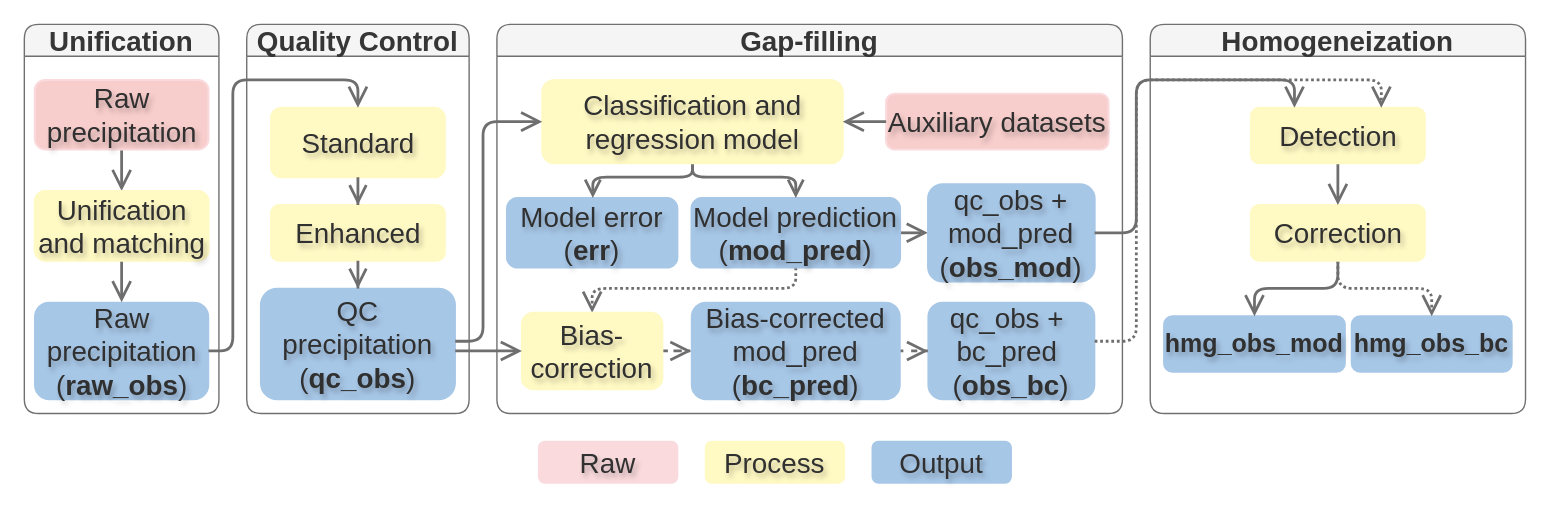
This is obs-prec-sa.drawio from adrHuerta/diagrams, a draw.io file, before an edit. Source tidied: cells renumbered, new cells numbered last; positions are measured from the earlier drawing's top-left corner, leaving out a move shared by most shapes. Both pictures are drawn from the tidied source at 139%, with x=0, y=0 at pixel (24, 24).
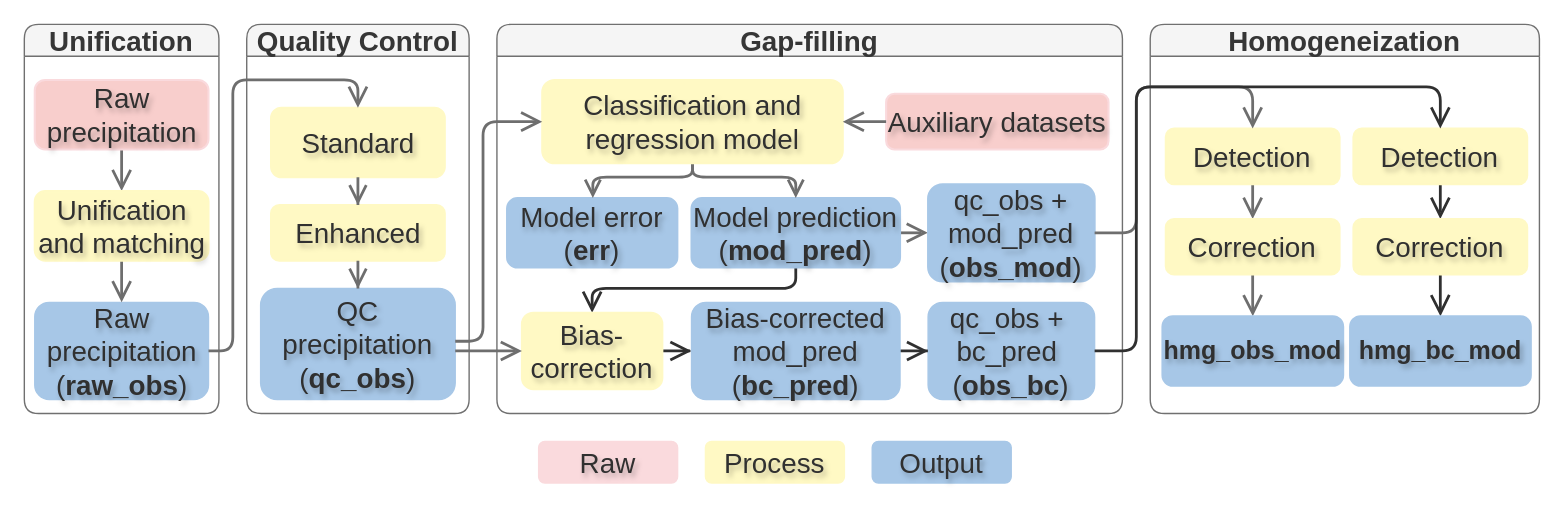
Above is the later version.

Unchanged cells that the change refers to:
```xml
<mxCell id="2" value="&lt;font style=&quot;font-size: 20px;&quot;&gt;Gap-filling&lt;/font&gt;" style="swimlane;whiteSpace=wrap;html=1;labelBackgroundColor=none;rounded=1;fillColor=#f5f5f5;strokeColor=#707070;fontColor=#363636;fontSize=20;verticalAlign=middle;align=center;labelBorderColor=none;textShadow=0;" parent="1" vertex="1">
  <mxGeometry x="340" width="450" height="280" as="geometry" />
</mxCell>
<mxCell id="3" value="&lt;span style=&quot;font-size: 20px;&quot;&gt;qc_obs +&amp;nbsp;&lt;br style=&quot;font-size: 20px;&quot;&gt;&lt;/span&gt;&lt;span style=&quot;font-size: 20px;&quot;&gt;bc_pred&amp;nbsp;&lt;/span&gt;&lt;div style=&quot;font-size: 20px;&quot;&gt;&lt;span style=&quot;font-size: 20px;&quot;&gt;&lt;span style=&quot;font-size: 20px;&quot;&gt;(&lt;b style=&quot;font-size: 20px;&quot;&gt;obs_bc&lt;/b&gt;)&lt;/span&gt;&lt;/span&gt;&lt;/div&gt;" style="rounded=1;html=1;labelBackgroundColor=none;fillColor=#A7C7E7;strokeColor=#A7C7E7;fontSize=20;fontColor=#303030;textShadow=1;labelBorderColor=none;verticalAlign=middle;align=center;whiteSpace=wrap;" parent="2" vertex="1">
  <mxGeometry x="310.2" y="200" width="119.8" height="70" as="geometry" />
</mxCell>
<mxCell id="6" value="&lt;span style=&quot;font-size: 20px;&quot;&gt;Model prediction&lt;/span&gt;&lt;div style=&quot;font-size: 20px;&quot;&gt;&lt;span style=&quot;font-size: 20px;&quot;&gt;&lt;span style=&quot;font-size: 20px;&quot;&gt;(&lt;b style=&quot;font-size: 20px;&quot;&gt;mod_pred&lt;/b&gt;)&lt;/span&gt;&lt;/span&gt;&lt;/div&gt;" style="rounded=1;html=1;labelBackgroundColor=none;fillColor=#A7C7E7;strokeColor=#A7C7E7;fontSize=20;fontColor=#303030;textShadow=1;labelBorderColor=none;strokeWidth=1.5;verticalAlign=middle;align=center;whiteSpace=wrap;" parent="2" vertex="1">
  <mxGeometry x="140" y="125" width="150" height="50" as="geometry" />
</mxCell>
<mxCell id="12" value="&lt;span style=&quot;font-size: 20px;&quot;&gt;qc_obs + mod_pred&lt;/span&gt;&lt;div style=&quot;font-size: 20px;&quot;&gt;&lt;span style=&quot;font-size: 20px;&quot;&gt;(&lt;b style=&quot;font-size: 20px;&quot;&gt;obs_mod&lt;/b&gt;)&lt;/span&gt;&lt;/div&gt;" style="rounded=1;html=1;labelBackgroundColor=none;fillColor=#A7C7E7;strokeColor=#A7C7E7;fontSize=20;fontColor=#303030;textShadow=1;labelBorderColor=none;strokeWidth=1.5;verticalAlign=middle;align=center;whiteSpace=wrap;" parent="2" vertex="1">
  <mxGeometry x="310.2" y="115" width="119.8" height="70" as="geometry" />
</mxCell>
<mxCell id="15" value="&lt;font style=&quot;font-size: 20px;&quot;&gt;Bias-&lt;/font&gt;&lt;span style=&quot;font-size: 20px;&quot;&gt;correction&lt;/span&gt;" style="rounded=1;html=1;labelBackgroundColor=none;fillColor=#FFF9C4;strokeColor=#FFF9C4;fontSize=20;fontColor=#303030;textShadow=1;labelBorderColor=none;strokeWidth=1.5;verticalAlign=middle;align=center;whiteSpace=wrap;" parent="2" vertex="1">
  <mxGeometry x="18" y="207.5" width="101" height="55" as="geometry" />
</mxCell>
<mxCell id="17" value="&lt;font style=&quot;font-size: 20px;&quot;&gt;Bias-corrected mod_pred&lt;/font&gt;&lt;font style=&quot;font-size: 20px;&quot;&gt; (&lt;b style=&quot;font-size: 20px;&quot;&gt;bc_pred&lt;/b&gt;)&lt;/font&gt;" style="rounded=1;html=1;labelBackgroundColor=none;fillColor=#A7C7E7;strokeColor=#A7C7E7;fontSize=20;fontColor=#303030;textShadow=1;labelBorderColor=none;verticalAlign=middle;align=center;whiteSpace=wrap;" parent="2" vertex="1">
  <mxGeometry x="140" y="200" width="150" height="70" as="geometry" />
</mxCell>
<mxCell id="33" value="&lt;span style=&quot;font-size: 20px;&quot;&gt;QC precipitation (&lt;b style=&quot;font-size: 20px;&quot;&gt;qc_obs&lt;/b&gt;)&lt;/span&gt;" style="rounded=1;html=1;labelBackgroundColor=none;fillColor=#A7C7E7;strokeColor=#A7C7E7;fontSize=20;fontColor=#303030;textShadow=1;labelBorderColor=none;verticalAlign=middle;align=center;whiteSpace=wrap;" parent="32" vertex="1">
  <mxGeometry x="10" y="190" width="140" height="80" as="geometry" />
</mxCell>
```

Change to the diagram source:
```diff
@@
-    <mxCell id="4" style="edgeStyle=orthogonalEdgeStyle;rounded=1;jettySize=auto;html=1;entryX=0.5;entryY=0;entryDx=0;entryDy=0;endArrow=open;endFill=0;endSize=11;strokeColor=#6E6E6E;dashed=1;dashPattern=1 1;curved=0;fontSize=20;strokeWidth=2;fontColor=#303030;verticalAlign=middle;align=center;labelBackgroundColor=none;labelBorderColor=none;textShadow=1;" parent="2" edge="1" source="6" target="15">
+    <mxCell id="4" style="edgeStyle=orthogonalEdgeStyle;rounded=1;jettySize=auto;html=1;entryX=0.5;entryY=0;entryDx=0;entryDy=0;endArrow=open;endFill=0;endSize=11;strokeColor=#303030;curved=0;fontSize=20;strokeWidth=2;fontColor=#303030;verticalAlign=middle;align=center;labelBackgroundColor=none;labelBorderColor=none;textShadow=1;" parent="2" edge="1" source="6" target="15">
       <mxGeometry relative="1" as="geometry">
         <Array as="points">
           <mxPoint x="215" y="190" />
           <mxPoint x="69" y="190" />
         </Array>
       </mxGeometry>
     </mxCell>
@@
-    <mxCell id="14" style="edgeStyle=orthogonalEdgeStyle;rounded=0;jettySize=auto;html=1;entryX=0;entryY=0.5;entryDx=0;entryDy=0;strokeColor=#6E6E6E;endArrow=open;endFill=0;endSize=11;dashed=1;dashPattern=1 4;strokeWidth=2;fontColor=#303030;verticalAlign=middle;align=center;labelBackgroundColor=none;labelBorderColor=none;textShadow=1;" parent="2" edge="1" source="15" target="17">
+    <mxCell id="14" style="edgeStyle=orthogonalEdgeStyle;rounded=0;jettySize=auto;html=1;entryX=0;entryY=0.5;entryDx=0;entryDy=0;strokeColor=#303030;endArrow=open;endFill=0;endSize=11;strokeWidth=2;fontColor=#303030;verticalAlign=middle;align=center;labelBackgroundColor=none;labelBorderColor=none;textShadow=1;" parent="2" edge="1" source="15" target="17">
       <mxGeometry relative="1" as="geometry" />
     </mxCell>
@@
-    <mxCell id="16" style="edgeStyle=orthogonalEdgeStyle;rounded=0;jettySize=auto;html=1;entryX=0;entryY=0.5;entryDx=0;entryDy=0;endSize=11;endArrow=open;endFill=0;strokeColor=#6E6E6E;dashed=1;dashPattern=1 4;strokeWidth=2;fontColor=#303030;verticalAlign=middle;align=center;labelBackgroundColor=none;labelBorderColor=none;textShadow=1;" parent="2" edge="1" source="17" target="3">
+    <mxCell id="16" style="edgeStyle=orthogonalEdgeStyle;rounded=0;jettySize=auto;html=1;entryX=0;entryY=0.5;entryDx=0;entryDy=0;endSize=11;endArrow=open;endFill=0;strokeColor=#303030;strokeWidth=2;fontColor=#303030;verticalAlign=middle;align=center;labelBackgroundColor=none;labelBorderColor=none;textShadow=1;" parent="2" edge="1" source="17" target="3">
       <mxGeometry relative="1" as="geometry" />
     </mxCell>
@@
     <mxCell id="18" value="&lt;font style=&quot;font-size: 20px;&quot;&gt;Homogeneization&lt;/font&gt;" style="swimlane;whiteSpace=wrap;html=1;labelBackgroundColor=none;rounded=1;fillColor=#f5f5f5;strokeColor=#707070;fontColor=#363636;fontSize=20;verticalAlign=middle;align=center;labelBorderColor=none;textShadow=0;" parent="1" vertex="1">
-      <mxGeometry x="810" width="270" height="280" as="geometry" />
+      <mxGeometry x="810" width="280" height="280" as="geometry" />
     </mxCell>
+    <mxCell id="46" style="edgeStyle=orthogonalEdgeStyle;rounded=0;jettySize=auto;html=1;entryX=0.5;entryY=0;entryDx=0;entryDy=0;strokeColor=#303030;strokeWidth=2;endSize=11;endArrow=open;endFill=0;" parent="18" edge="1" source="25" target="50">
+      <mxGeometry relative="1" as="geometry" />
+    </mxCell>
+    <mxCell id="25" value="&lt;font style=&quot;font-size: 20px;&quot;&gt;Detection&lt;/font&gt;" style="rounded=1;html=1;labelBackgroundColor=none;fillColor=#FFF9C4;strokeColor=#FFF9C4;fontSize=20;fontColor=#303030;textShadow=1;labelBorderColor=none;strokeWidth=1.5;verticalAlign=middle;align=center;whiteSpace=wrap;" parent="18" vertex="1">
+      <mxGeometry x="146.2" y="75" width="125" height="40" as="geometry" />
+    </mxCell>
+    <mxCell id="47" style="edgeStyle=orthogonalEdgeStyle;rounded=0;jettySize=auto;html=1;entryX=0.5;entryY=0;entryDx=0;entryDy=0;strokeColor=#6E6E6E;strokeWidth=2;endSize=11;endArrow=open;endFill=0;" parent="18" edge="1" source="48" target="23">
+      <mxGeometry relative="1" as="geometry" />
+    </mxCell>
+    <mxCell id="48" value="&lt;font style=&quot;font-size: 20px;&quot;&gt;Detection&lt;/font&gt;" style="rounded=1;html=1;labelBackgroundColor=none;fillColor=#FFF9C4;strokeColor=#FFF9C4;fontSize=20;fontColor=#303030;textShadow=1;labelBorderColor=none;strokeWidth=1.5;verticalAlign=middle;align=center;whiteSpace=wrap;" parent="18" vertex="1">
+      <mxGeometry x="11.2" y="75" width="125" height="40" as="geometry" />
+    </mxCell>
+    <mxCell id="21" style="edgeStyle=orthogonalEdgeStyle;rounded=0;jettySize=auto;html=1;entryX=0.5;entryY=0;entryDx=0;entryDy=0;strokeColor=#6E6E6E;strokeWidth=2;endSize=11;endArrow=open;endFill=0;" parent="18" edge="1" source="23" target="19">
+      <mxGeometry relative="1" as="geometry" />
+    </mxCell>
+    <mxCell id="23" value="&lt;font style=&quot;font-size: 20px;&quot;&gt;Correction&lt;/font&gt;" style="rounded=1;html=1;labelBackgroundColor=none;fillColor=#FFF9C4;strokeColor=#FFF9C4;fontSize=20;fontColor=#303030;textShadow=1;labelBorderColor=none;strokeWidth=1.5;verticalAlign=middle;align=center;whiteSpace=wrap;" parent="18" vertex="1">
+      <mxGeometry x="11.2" y="140" width="125" height="40" as="geometry" />
+    </mxCell>
+    <mxCell id="49" style="edgeStyle=orthogonalEdgeStyle;rounded=0;jettySize=auto;html=1;entryX=0.5;entryY=0;entryDx=0;entryDy=0;strokeColor=#303030;endArrow=open;endFill=0;strokeWidth=2;endSize=11;" parent="18" edge="1" source="50" target="52">
+      <mxGeometry relative="1" as="geometry" />
+    </mxCell>
+    <mxCell id="50" value="&lt;font style=&quot;font-size: 20px;&quot;&gt;Correction&lt;/font&gt;" style="rounded=1;html=1;labelBackgroundColor=none;fillColor=#FFF9C4;strokeColor=#FFF9C4;fontSize=20;fontColor=#303030;textShadow=1;labelBorderColor=none;strokeWidth=1.5;verticalAlign=middle;align=center;whiteSpace=wrap;" parent="18" vertex="1">
+      <mxGeometry x="146.2" y="140" width="125" height="40" as="geometry" />
+    </mxCell>
+    <mxCell id="51" style="edgeStyle=orthogonalEdgeStyle;rounded=0;orthogonalLoop=1;jettySize=auto;html=1;exitX=0.5;exitY=1;exitDx=0;exitDy=0;" parent="18" edge="1" source="48" target="48">
+      <mxGeometry relative="1" as="geometry" />
+    </mxCell>
     <mxCell id="19" value="&lt;b style=&quot;font-size: 18px;&quot;&gt;&lt;font style=&quot;font-size: 18px;&quot;&gt;hmg_obs_mod&lt;/font&gt;&lt;/b&gt;" style="rounded=1;html=1;labelBackgroundColor=none;fillColor=#A7C7E7;strokeColor=#A7C7E7;fontSize=18;fontColor=#303030;textShadow=1;labelBorderColor=none;strokeWidth=1.5;verticalAlign=middle;align=center;whiteSpace=wrap;" parent="18" vertex="1">
-      <mxGeometry x="10" y="210" width="130" height="40" as="geometry" />
+      <mxGeometry x="8.8" y="210" width="130" height="50" as="geometry" />
     </mxCell>
-    <mxCell id="20" value="&lt;span style=&quot;font-size: 18px;&quot;&gt;&lt;b style=&quot;font-size: 18px;&quot;&gt;hmg_obs_bc&lt;/b&gt;&lt;/span&gt;" style="rounded=1;html=1;labelBackgroundColor=none;fillColor=#A7C7E7;strokeColor=#A7C7E7;fontSize=18;fontColor=#303030;textShadow=1;labelBorderColor=none;strokeWidth=1.5;verticalAlign=middle;align=center;whiteSpace=wrap;" parent="18" vertex="1">
-      <mxGeometry x="145" y="210" width="115" height="40" as="geometry" />
-    </mxCell>
-    <mxCell id="21" style="edgeStyle=orthogonalEdgeStyle;rounded=1;jettySize=auto;html=1;fontSize=20;fontColor=#303030;strokeColor=#6E6E6E;textShadow=1;labelBorderColor=none;labelBackgroundColor=none;endSize=11;endArrow=open;endFill=0;curved=0;strokeWidth=2;verticalAlign=middle;align=center;" parent="18" edge="1" source="23" target="19">
-      <mxGeometry relative="1" as="geometry" />
-    </mxCell>
-    <mxCell id="22" style="edgeStyle=orthogonalEdgeStyle;rounded=1;jettySize=auto;html=1;dashed=1;dashPattern=1 1;fontSize=20;fontColor=#303030;strokeColor=#6E6E6E;textShadow=1;labelBorderColor=none;labelBackgroundColor=none;endSize=11;endArrow=open;endFill=0;curved=0;strokeWidth=2;verticalAlign=middle;align=center;" parent="18" edge="1" source="23" target="20">
-      <mxGeometry relative="1" as="geometry" />
-    </mxCell>
-    <mxCell id="23" value="&lt;font style=&quot;font-size: 20px;&quot;&gt;Correction&lt;/font&gt;" style="rounded=1;html=1;labelBackgroundColor=none;fillColor=#FFF9C4;strokeColor=#FFF9C4;fontSize=20;fontColor=#303030;textShadow=1;labelBorderColor=none;strokeWidth=1.5;verticalAlign=middle;align=center;whiteSpace=wrap;" parent="18" vertex="1">
-      <mxGeometry x="72.5" y="130" width="125" height="40" as="geometry" />
-    </mxCell>
-    <mxCell id="24" style="edgeStyle=orthogonalEdgeStyle;rounded=0;jettySize=auto;html=1;entryX=0.5;entryY=0;entryDx=0;entryDy=0;fontSize=20;fontColor=#303030;strokeColor=#6E6E6E;textShadow=1;labelBorderColor=none;labelBackgroundColor=none;endSize=11;endArrow=open;endFill=0;strokeWidth=2;verticalAlign=middle;align=center;" parent="18" edge="1" source="25" target="23">
-      <mxGeometry relative="1" as="geometry" />
-    </mxCell>
-    <mxCell id="25" value="&lt;font style=&quot;font-size: 20px;&quot;&gt;Detection&lt;/font&gt;" style="rounded=1;html=1;labelBackgroundColor=none;fillColor=#FFF9C4;strokeColor=#FFF9C4;fontSize=20;fontColor=#303030;textShadow=1;labelBorderColor=none;strokeWidth=1.5;verticalAlign=middle;align=center;whiteSpace=wrap;" parent="18" vertex="1">
-      <mxGeometry x="72.5" y="60" width="125" height="40" as="geometry" />
-    </mxCell>
+    <mxCell id="52" value="&lt;b style=&quot;font-size: 18px;&quot;&gt;&lt;font style=&quot;font-size: 18px;&quot;&gt;hmg_bc_mod&lt;/font&gt;&lt;/b&gt;" style="rounded=1;html=1;labelBackgroundColor=none;fillColor=#A7C7E7;strokeColor=#A7C7E7;fontSize=18;fontColor=#303030;textShadow=1;labelBorderColor=none;strokeWidth=1.5;verticalAlign=middle;align=center;whiteSpace=wrap;" parent="18" vertex="1">
+      <mxGeometry x="143.8" y="210" width="130" height="50" as="geometry" />
+    </mxCell>
@@
+    <mxCell id="45" style="edgeStyle=orthogonalEdgeStyle;rounded=0;jettySize=auto;html=1;entryX=0;entryY=0.5;entryDx=0;entryDy=0;strokeColor=#6E6E6E;endArrow=open;endFill=0;endSize=11;strokeWidth=2;fontColor=#303030;verticalAlign=middle;align=center;labelBackgroundColor=none;labelBorderColor=none;textShadow=1;" parent="1" edge="1" source="33" target="15">
+      <mxGeometry relative="1" as="geometry">
+        <Array as="points">
+          <mxPoint x="320" y="235" />
+          <mxPoint x="320" y="235" />
+        </Array>
+      </mxGeometry>
+    </mxCell>
+    <mxCell id="53" style="edgeStyle=orthogonalEdgeStyle;rounded=1;jettySize=auto;html=1;entryX=0.5;entryY=0;entryDx=0;entryDy=0;strokeColor=#6E6E6E;strokeWidth=2;endArrow=open;endFill=0;endSize=11;curved=0;" parent="1" edge="1" source="12" target="48">
+      <mxGeometry relative="1" as="geometry">
+        <Array as="points">
+          <mxPoint x="800" y="150" />
+          <mxPoint x="800" y="45" />
+          <mxPoint x="883" y="45" />
+        </Array>
+      </mxGeometry>
+    </mxCell>
-    <mxCell id="43" style="edgeStyle=orthogonalEdgeStyle;rounded=1;jettySize=auto;html=1;entryX=0.75;entryY=0;entryDx=0;entryDy=0;strokeColor=#6E6E6E;curved=0;endArrow=open;endFill=0;endSize=11;dashed=1;dashPattern=1 1;jumpSize=13;fontSize=20;strokeWidth=2;fontColor=#303030;verticalAlign=middle;align=center;labelBackgroundColor=none;labelBorderColor=none;textShadow=1;" parent="1" edge="1" source="3" target="25">
+    <mxCell id="43" style="edgeStyle=orthogonalEdgeStyle;rounded=1;jettySize=auto;html=1;entryX=0.5;entryY=0;entryDx=0;entryDy=0;strokeColor=#303030;strokeWidth=2;endArrow=open;endFill=0;endSize=11;curved=0;" parent="1" edge="1" source="3" target="25">
       <mxGeometry relative="1" as="geometry">
         <Array as="points">
-          <mxPoint x="800" y="228" />
-          <mxPoint x="800" y="40" />
-          <mxPoint x="976" y="40" />
+          <mxPoint x="800" y="235" />
+          <mxPoint x="800" y="45" />
+          <mxPoint x="1018" y="45" />
         </Array>
       </mxGeometry>
     </mxCell>
-    <mxCell id="44" style="edgeStyle=orthogonalEdgeStyle;rounded=1;jettySize=auto;html=1;entryX=0.25;entryY=0;entryDx=0;entryDy=0;strokeColor=#6E6E6E;curved=0;endArrow=open;endFill=0;endSize=11;fontSize=20;strokeWidth=2;fontColor=#303030;verticalAlign=middle;align=center;labelBackgroundColor=none;labelBorderColor=none;textShadow=1;" parent="1" edge="1" source="12" target="25">
-      <mxGeometry relative="1" as="geometry">
-        <Array as="points">
-          <mxPoint x="800" y="150" />
-          <mxPoint x="800" y="40" />
-          <mxPoint x="914" y="40" />
-        </Array>
-      </mxGeometry>
-    </mxCell>
-    <mxCell id="45" style="edgeStyle=orthogonalEdgeStyle;rounded=0;jettySize=auto;html=1;entryX=0;entryY=0.5;entryDx=0;entryDy=0;strokeColor=#6E6E6E;endArrow=open;endFill=0;endSize=11;strokeWidth=2;fontColor=#303030;verticalAlign=middle;align=center;labelBackgroundColor=none;labelBorderColor=none;textShadow=1;" parent="1" edge="1" source="33" target="15">
-      <mxGeometry relative="1" as="geometry">
-        <Array as="points">
-          <mxPoint x="320" y="235" />
-          <mxPoint x="320" y="235" />
-        </Array>
-      </mxGeometry>
-    </mxCell>
```
